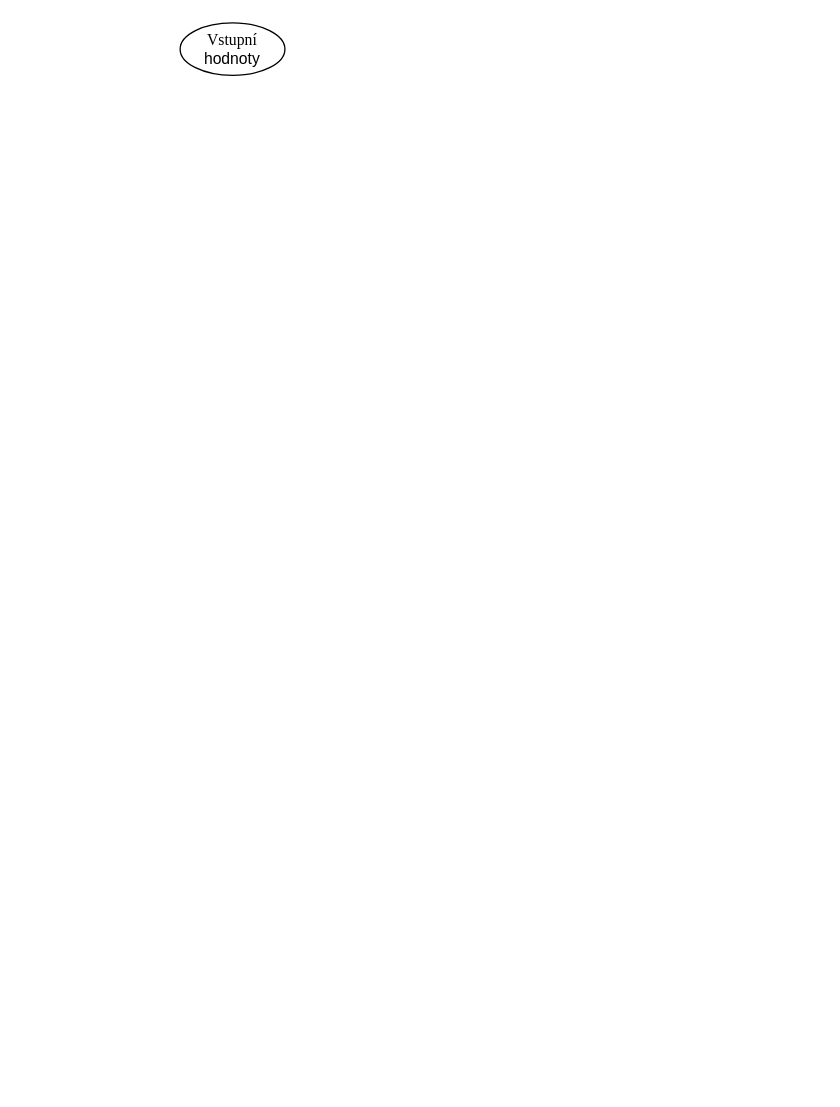
jurkovicmartin/Bakal-ka keeps this draw.io diagram as page "Transmitter" (5 of 7) of diagram.drawio. Above is the earlier version. Source tidied: cells renumbered, new cells numbered last; positions are measured from the earlier drawing's top-left corner, leaving out a move shared by most shapes. Both pictures are drawn from the tidied source at 131%, with x=0, y=0 at pixel (179, 22).
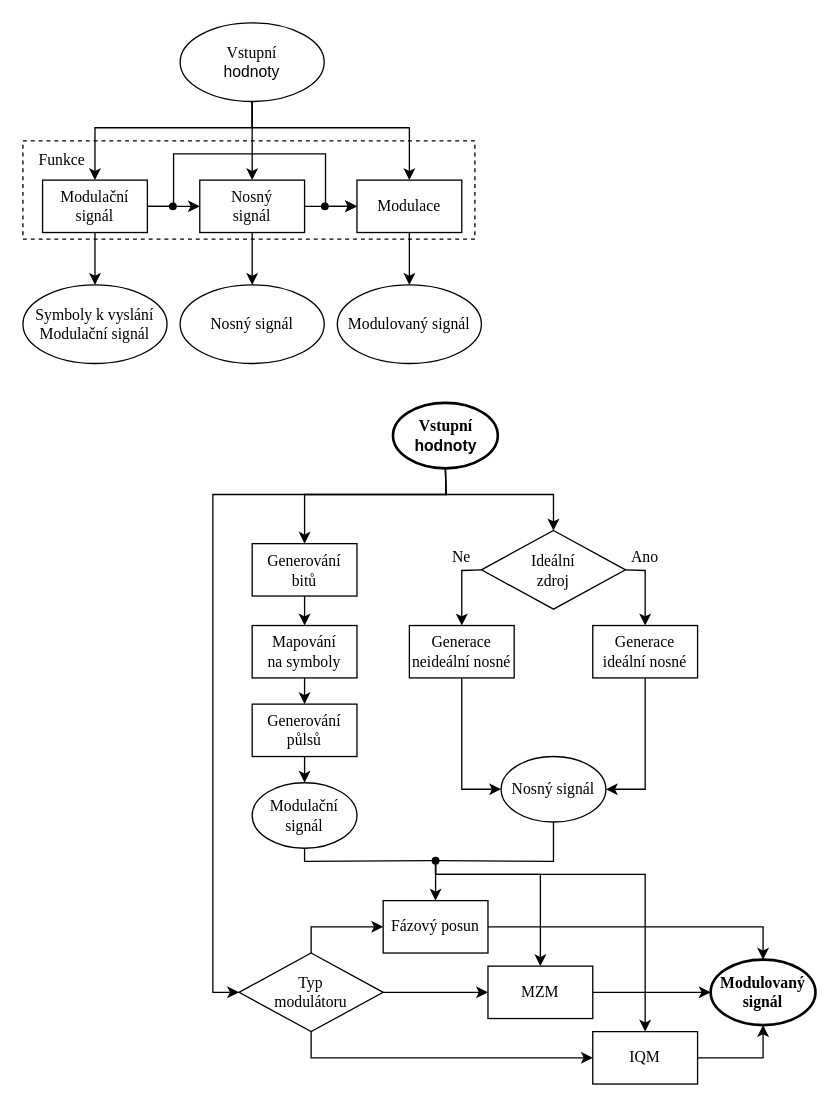
The same diagram, later.

Diff of the diagram source:
```diff
@@
+    <mxCell id="3" style="rounded=0;whiteSpace=wrap;html=1;dashed=1;align=center;" parent="1" vertex="1">
+      <mxGeometry x="-120" y="90" width="345" height="75" as="geometry" />
+    </mxCell>
     <mxCell id="2" value="&lt;font face=&quot;Times New Roman&quot;&gt;Vstupní&lt;/font&gt;&lt;div&gt;&lt;font face=&quot;ygcQDW6cfmu9R4RYqDDF&quot;&gt;hodnoty&lt;/font&gt;&lt;/div&gt;" style="ellipse;whiteSpace=wrap;html=1;" parent="1" vertex="1">
-      <mxGeometry width="80" height="40" as="geometry" />
+      <mxGeometry width="110" height="60" as="geometry" />
     </mxCell>
+    <mxCell id="4" value="&lt;font face=&quot;Times New Roman&quot;&gt;Modulační&lt;br&gt;signál&lt;/font&gt;" style="rounded=0;whiteSpace=wrap;html=1;" parent="1" vertex="1">
+      <mxGeometry x="-105" y="120" width="80" height="40" as="geometry" />
+    </mxCell>
+    <mxCell id="5" value="&lt;font face=&quot;Times New Roman&quot;&gt;Nosný&lt;br&gt;signál&lt;/font&gt;" style="rounded=0;whiteSpace=wrap;html=1;" parent="1" vertex="1">
+      <mxGeometry x="15" y="120" width="80" height="40" as="geometry" />
+    </mxCell>
+    <mxCell id="6" value="&lt;font face=&quot;Times New Roman&quot;&gt;Modulace&lt;/font&gt;" style="rounded=0;whiteSpace=wrap;html=1;" parent="1" vertex="1">
+      <mxGeometry x="135" y="120" width="80" height="40" as="geometry" />
+    </mxCell>
+    <mxCell id="7" value="&lt;font face=&quot;Times New Roman&quot;&gt;Symboly k vyslání&lt;/font&gt;&lt;div&gt;&lt;font face=&quot;Times New Roman&quot;&gt;Modulační signál&lt;/font&gt;&lt;/div&gt;" style="ellipse;whiteSpace=wrap;html=1;" parent="1" vertex="1">
+      <mxGeometry x="-120" y="200" width="110" height="60" as="geometry" />
+    </mxCell>
+    <mxCell id="8" value="&lt;span style=&quot;font-family: &amp;quot;Times New Roman&amp;quot;;&quot;&gt;Nosný signál&lt;/span&gt;" style="ellipse;whiteSpace=wrap;html=1;" parent="1" vertex="1">
+      <mxGeometry y="200" width="110" height="60" as="geometry" />
+    </mxCell>
+    <mxCell id="9" value="&lt;span style=&quot;font-family: &amp;quot;Times New Roman&amp;quot;;&quot;&gt;Modulovaný signál&lt;/span&gt;" style="ellipse;whiteSpace=wrap;html=1;" parent="1" vertex="1">
+      <mxGeometry x="120" y="200" width="110" height="60" as="geometry" />
+    </mxCell>
+    <mxCell id="10" value="&lt;font face=&quot;Times New Roman&quot;&gt;Funkce&lt;/font&gt;" style="text;html=1;align=center;verticalAlign=middle;whiteSpace=wrap;rounded=0;" parent="1" vertex="1">
+      <mxGeometry x="-120" y="90" width="60" height="30" as="geometry" />
+    </mxCell>
+    <mxCell id="11" style="endArrow=classic;html=1;rounded=0;exitX=0.5;exitY=1;exitDx=0;exitDy=0;entryX=0.5;entryY=0;entryDx=0;entryDy=0;" parent="1" edge="1" source="2" target="4">
+      <mxGeometry relative="1" as="geometry">
+        <Array as="points">
+          <mxPoint x="55" y="80" />
+          <mxPoint x="-65" y="80" />
+        </Array>
+      </mxGeometry>
+    </mxCell>
+    <mxCell id="12" style="endArrow=classic;html=1;rounded=0;exitX=0.5;exitY=1;exitDx=0;exitDy=0;entryX=0.5;entryY=0;entryDx=0;entryDy=0;" parent="1" edge="1" source="2" target="5">
+      <mxGeometry relative="1" as="geometry" />
+    </mxCell>
+    <mxCell id="13" style="endArrow=classic;html=1;rounded=0;exitX=0.5;exitY=1;exitDx=0;exitDy=0;entryX=0.5;entryY=0;entryDx=0;entryDy=0;" parent="1" edge="1" source="2" target="6">
+      <mxGeometry relative="1" as="geometry">
+        <Array as="points">
+          <mxPoint x="55" y="80" />
+          <mxPoint x="175" y="80" />
+        </Array>
+      </mxGeometry>
+    </mxCell>
+    <mxCell id="14" style="endArrow=classic;html=1;rounded=0;exitX=0.5;exitY=1;exitDx=0;exitDy=0;entryX=0.5;entryY=0;entryDx=0;entryDy=0;" parent="1" edge="1" source="4" target="7">
+      <mxGeometry relative="1" as="geometry" />
+    </mxCell>
+    <mxCell id="15" style="endArrow=classic;html=1;rounded=0;exitX=0.5;exitY=1;exitDx=0;exitDy=0;entryX=0.5;entryY=0;entryDx=0;entryDy=0;" parent="1" edge="1" source="5" target="8">
+      <mxGeometry relative="1" as="geometry" />
+    </mxCell>
+    <mxCell id="16" style="endArrow=classic;html=1;rounded=0;exitX=0.5;exitY=1;exitDx=0;exitDy=0;entryX=0.5;entryY=0;entryDx=0;entryDy=0;" parent="1" edge="1" source="6" target="9">
+      <mxGeometry relative="1" as="geometry" />
+    </mxCell>
+    <mxCell id="17" style="ellipse;whiteSpace=wrap;html=1;" parent="1" vertex="1">
+      <mxGeometry x="345" y="300" as="geometry" />
+    </mxCell>
+    <mxCell id="18" style="ellipse;whiteSpace=wrap;html=1;fillColor=#000000;" parent="1" vertex="1">
+      <mxGeometry x="-8" y="137.5" width="5" height="5" as="geometry" />
+    </mxCell>
+    <mxCell id="19" style="endArrow=classic;html=1;rounded=0;exitX=1;exitY=0.5;exitDx=0;exitDy=0;entryX=0;entryY=0.5;entryDx=0;entryDy=0;" parent="1" edge="1" source="4" target="5">
+      <mxGeometry relative="1" as="geometry" />
+    </mxCell>
+    <mxCell id="20" style="ellipse;whiteSpace=wrap;html=1;fillColor=#000000;" parent="1" vertex="1">
+      <mxGeometry x="108" y="137.5" width="5" height="5" as="geometry" />
+    </mxCell>
+    <mxCell id="21" style="endArrow=classic;html=1;rounded=0;exitX=1;exitY=0.5;exitDx=0;exitDy=0;entryX=0;entryY=0.5;entryDx=0;entryDy=0;" parent="1" edge="1" source="5" target="6">
+      <mxGeometry relative="1" as="geometry" />
+    </mxCell>
+    <mxCell id="22" style="endArrow=classic;html=1;rounded=0;exitX=1;exitY=0.5;exitDx=0;exitDy=0;entryX=0;entryY=0.5;entryDx=0;entryDy=0;" parent="1" edge="1" source="4" target="6">
+      <mxGeometry relative="1" as="geometry">
+        <Array as="points">
+          <mxPoint x="-5" y="140" />
+          <mxPoint x="-5" y="100" />
+          <mxPoint x="111" y="100" />
+          <mxPoint x="111" y="140" />
+        </Array>
+      </mxGeometry>
+    </mxCell>
+    <mxCell id="23" value="&lt;font face=&quot;Times New Roman&quot;&gt;&lt;b&gt;Vstupní&lt;/b&gt;&lt;/font&gt;&lt;div&gt;&lt;font face=&quot;ygcQDW6cfmu9R4RYqDDF&quot;&gt;&lt;b&gt;hodnoty&lt;/b&gt;&lt;/font&gt;&lt;/div&gt;" style="ellipse;whiteSpace=wrap;html=1;strokeWidth=2;" parent="1" vertex="1">
+      <mxGeometry x="162.5" y="290" width="80" height="50" as="geometry" />
+    </mxCell>
+    <mxCell id="24" value="&lt;font face=&quot;Times New Roman&quot;&gt;Generování&lt;br&gt;bitů&lt;/font&gt;" style="rounded=0;whiteSpace=wrap;html=1;" parent="1" vertex="1">
+      <mxGeometry x="55" y="397.5" width="80" height="40" as="geometry" />
+    </mxCell>
+    <mxCell id="25" value="&lt;font face=&quot;Times New Roman&quot;&gt;Mapování&lt;br&gt;na symboly&lt;/font&gt;" style="rounded=0;whiteSpace=wrap;html=1;" parent="1" vertex="1">
+      <mxGeometry x="55" y="460" width="80" height="40" as="geometry" />
+    </mxCell>
+    <mxCell id="26" value="&lt;font face=&quot;Times New Roman&quot;&gt;Generování půlsů&lt;/font&gt;" style="rounded=0;whiteSpace=wrap;html=1;" parent="1" vertex="1">
+      <mxGeometry x="55" y="520" width="80" height="40" as="geometry" />
+    </mxCell>
+    <mxCell id="27" style="endArrow=classic;html=1;rounded=0;exitX=0.5;exitY=1;exitDx=0;exitDy=0;entryX=0.5;entryY=0;entryDx=0;entryDy=0;" parent="1" edge="1" source="23" target="24">
+      <mxGeometry relative="1" as="geometry">
+        <Array as="points">
+          <mxPoint x="203" y="360" />
+          <mxPoint x="95" y="360" />
+        </Array>
+      </mxGeometry>
+    </mxCell>
+    <mxCell id="28" style="endArrow=classic;html=1;rounded=0;exitX=0.5;exitY=1;exitDx=0;exitDy=0;entryX=0.5;entryY=0;entryDx=0;entryDy=0;" parent="1" edge="1" source="24" target="25">
+      <mxGeometry relative="1" as="geometry" />
+    </mxCell>
+    <mxCell id="29" style="endArrow=classic;html=1;rounded=0;exitX=0.5;exitY=1;exitDx=0;exitDy=0;entryX=0.5;entryY=0;entryDx=0;entryDy=0;" parent="1" edge="1" source="25" target="26">
+      <mxGeometry relative="1" as="geometry" />
+    </mxCell>
+    <mxCell id="30" value="&lt;font face=&quot;Times New Roman&quot;&gt;Modulační&lt;br&gt;signál&lt;/font&gt;" style="ellipse;whiteSpace=wrap;html=1;" parent="1" vertex="1">
+      <mxGeometry x="55" y="580" width="80" height="50" as="geometry" />
+    </mxCell>
+    <mxCell id="31" style="endArrow=classic;html=1;rounded=0;exitX=0.5;exitY=1;exitDx=0;exitDy=0;entryX=0.5;entryY=0;entryDx=0;entryDy=0;" parent="1" edge="1" source="26" target="30">
+      <mxGeometry relative="1" as="geometry" />
+    </mxCell>
+    <mxCell id="32" value="&lt;font face=&quot;Times New Roman&quot;&gt;Ideální&lt;/font&gt;&lt;div&gt;&lt;font face=&quot;Times New Roman&quot;&gt;zdroj&lt;/font&gt;&lt;/div&gt;" style="rhombus;whiteSpace=wrap;html=1;" parent="1" vertex="1">
+      <mxGeometry x="230" y="387.5" width="110" height="60" as="geometry" />
+    </mxCell>
+    <mxCell id="33" style="endArrow=classic;html=1;rounded=0;exitX=0.5;exitY=1;exitDx=0;exitDy=0;entryX=0.5;entryY=0;entryDx=0;entryDy=0;" parent="1" edge="1" source="23" target="32">
+      <mxGeometry relative="1" as="geometry">
+        <Array as="points">
+          <mxPoint x="203" y="360" />
+          <mxPoint x="285" y="360" />
+        </Array>
+      </mxGeometry>
+    </mxCell>
+    <mxCell id="34" value="&lt;font face=&quot;Times New Roman&quot;&gt;Generace neideální nosné&lt;/font&gt;" style="rounded=0;whiteSpace=wrap;html=1;" parent="1" vertex="1">
+      <mxGeometry x="175" y="460" width="80" height="40" as="geometry" />
+    </mxCell>
+    <mxCell id="35" value="&lt;font face=&quot;Times New Roman&quot;&gt;Generace ideální nosné&lt;/font&gt;" style="rounded=0;whiteSpace=wrap;html=1;" parent="1" vertex="1">
+      <mxGeometry x="315" y="460" width="80" height="40" as="geometry" />
+    </mxCell>
+    <mxCell id="36" style="endArrow=classic;html=1;rounded=0;exitX=0;exitY=0.5;exitDx=0;exitDy=0;entryX=0.5;entryY=0;entryDx=0;entryDy=0;" parent="1" edge="1" source="32" target="34">
+      <mxGeometry relative="1" as="geometry">
+        <Array as="points">
+          <mxPoint x="215" y="418" />
+        </Array>
+      </mxGeometry>
+    </mxCell>
+    <mxCell id="37" style="endArrow=classic;html=1;rounded=0;exitX=1;exitY=0.5;exitDx=0;exitDy=0;entryX=0.5;entryY=0;entryDx=0;entryDy=0;" parent="1" edge="1" source="32" target="35">
+      <mxGeometry relative="1" as="geometry">
+        <Array as="points">
+          <mxPoint x="355" y="418" />
+        </Array>
+      </mxGeometry>
+    </mxCell>
+    <mxCell id="38" value="&lt;font face=&quot;Times New Roman&quot;&gt;Nosný signál&lt;/font&gt;" style="ellipse;whiteSpace=wrap;html=1;" parent="1" vertex="1">
+      <mxGeometry x="245" y="560" width="80" height="50" as="geometry" />
+    </mxCell>
+    <mxCell id="39" style="endArrow=classic;html=1;rounded=0;exitX=0.5;exitY=1;exitDx=0;exitDy=0;entryX=0;entryY=0.5;entryDx=0;entryDy=0;" parent="1" edge="1" source="34" target="38">
+      <mxGeometry relative="1" as="geometry">
+        <Array as="points">
+          <mxPoint x="215" y="530" />
+          <mxPoint x="215" y="585" />
+        </Array>
+      </mxGeometry>
+    </mxCell>
+    <mxCell id="40" value="&lt;font face=&quot;Times New Roman&quot;&gt;Typ&lt;br&gt;modulátoru&lt;/font&gt;" style="rhombus;whiteSpace=wrap;html=1;" parent="1" vertex="1">
+      <mxGeometry x="45" y="710" width="110" height="60" as="geometry" />
+    </mxCell>
+    <mxCell id="41" value="&lt;font face=&quot;Times New Roman&quot;&gt;Fázový posun&lt;/font&gt;" style="rounded=0;whiteSpace=wrap;html=1;" parent="1" vertex="1">
+      <mxGeometry x="155" y="670" width="80" height="40" as="geometry" />
+    </mxCell>
+    <mxCell id="42" value="&lt;font face=&quot;Times New Roman&quot;&gt;MZM&lt;/font&gt;" style="rounded=0;whiteSpace=wrap;html=1;" parent="1" vertex="1">
+      <mxGeometry x="235" y="720" width="80" height="40" as="geometry" />
+    </mxCell>
+    <mxCell id="43" value="&lt;font face=&quot;Times New Roman&quot;&gt;IQM&lt;/font&gt;" style="rounded=0;whiteSpace=wrap;html=1;" parent="1" vertex="1">
+      <mxGeometry x="315" y="770" width="80" height="40" as="geometry" />
+    </mxCell>
+    <mxCell id="44" style="endArrow=classic;html=1;rounded=0;exitX=1;exitY=0.5;exitDx=0;exitDy=0;entryX=0;entryY=0.5;entryDx=0;entryDy=0;" parent="1" edge="1" source="40" target="42">
+      <mxGeometry relative="1" as="geometry" />
+    </mxCell>
+    <mxCell id="45" style="endArrow=classic;html=1;rounded=0;exitX=0.5;exitY=0;exitDx=0;exitDy=0;entryX=0;entryY=0.5;entryDx=0;entryDy=0;" parent="1" edge="1" source="40" target="41">
+      <mxGeometry relative="1" as="geometry">
+        <Array as="points">
+          <mxPoint x="100" y="690" />
+        </Array>
+      </mxGeometry>
+    </mxCell>
+    <mxCell id="46" style="endArrow=classic;html=1;rounded=0;exitX=0.5;exitY=1;exitDx=0;exitDy=0;entryX=0;entryY=0.5;entryDx=0;entryDy=0;" parent="1" edge="1" source="40" target="43">
+      <mxGeometry relative="1" as="geometry">
+        <Array as="points">
+          <mxPoint x="100" y="790" />
+        </Array>
+      </mxGeometry>
+    </mxCell>
+    <mxCell id="47" style="endArrow=classic;html=1;rounded=0;exitX=0.5;exitY=1;exitDx=0;exitDy=0;entryX=0;entryY=0.5;entryDx=0;entryDy=0;" parent="1" edge="1" source="23" target="40">
+      <mxGeometry relative="1" as="geometry">
+        <Array as="points">
+          <mxPoint x="203" y="360" />
+          <mxPoint x="25" y="360" />
+          <mxPoint x="25" y="740" />
+        </Array>
+      </mxGeometry>
+    </mxCell>
+    <mxCell id="48" style="ellipse;whiteSpace=wrap;html=1;fillColor=#000000;" parent="1" vertex="1">
+      <mxGeometry x="192.5" y="637" width="5" height="5" as="geometry" />
+    </mxCell>
+    <mxCell id="49" style="endArrow=none;html=1;rounded=0;exitX=0.5;exitY=1;exitDx=0;exitDy=0;entryX=0;entryY=0.5;entryDx=0;entryDy=0;" parent="1" edge="1" source="30" target="48">
+      <mxGeometry relative="1" as="geometry">
+        <Array as="points">
+          <mxPoint x="95" y="640" />
+        </Array>
+      </mxGeometry>
+    </mxCell>
+    <mxCell id="50" style="endArrow=none;html=1;rounded=0;entryX=0.5;entryY=1;entryDx=0;entryDy=0;exitX=1;exitY=0.5;exitDx=0;exitDy=0;" parent="1" edge="1" source="48" target="38">
+      <mxGeometry relative="1" as="geometry">
+        <Array as="points">
+          <mxPoint x="285" y="640" />
+        </Array>
+      </mxGeometry>
+    </mxCell>
+    <mxCell id="51" style="endArrow=classic;html=1;rounded=0;exitX=0.5;exitY=1;exitDx=0;exitDy=0;entryX=0.5;entryY=0;entryDx=0;entryDy=0;" parent="1" edge="1" source="48" target="41">
+      <mxGeometry relative="1" as="geometry" />
+    </mxCell>
+    <mxCell id="52" style="endArrow=classic;html=1;rounded=0;exitX=0.5;exitY=1;exitDx=0;exitDy=0;entryX=0.5;entryY=0;entryDx=0;entryDy=0;" parent="1" edge="1" source="48" target="42">
+      <mxGeometry relative="1" as="geometry">
+        <Array as="points">
+          <mxPoint x="195" y="650" />
+          <mxPoint x="275" y="650" />
+        </Array>
+      </mxGeometry>
+    </mxCell>
+    <mxCell id="53" style="endArrow=classic;html=1;rounded=0;exitX=0.5;exitY=1;exitDx=0;exitDy=0;entryX=0.5;entryY=0;entryDx=0;entryDy=0;" parent="1" edge="1" source="48" target="43">
+      <mxGeometry relative="1" as="geometry">
+        <Array as="points">
+          <mxPoint x="195" y="650" />
+          <mxPoint x="355" y="650" />
+        </Array>
+      </mxGeometry>
+    </mxCell>
+    <mxCell id="54" value="&lt;font face=&quot;Times New Roman&quot;&gt;&lt;b&gt;Modulovaný&lt;br&gt;signál&lt;/b&gt;&lt;/font&gt;" style="ellipse;whiteSpace=wrap;html=1;strokeWidth=2;" parent="1" vertex="1">
+      <mxGeometry x="405" y="715" width="80" height="50" as="geometry" />
+    </mxCell>
+    <mxCell id="55" style="endArrow=classic;html=1;rounded=0;exitX=1;exitY=0.5;exitDx=0;exitDy=0;entryX=0.5;entryY=0;entryDx=0;entryDy=0;" parent="1" edge="1" source="41" target="54">
+      <mxGeometry relative="1" as="geometry">
+        <Array as="points">
+          <mxPoint x="405" y="690" />
+          <mxPoint x="445" y="690" />
+        </Array>
+      </mxGeometry>
+    </mxCell>
+    <mxCell id="56" style="endArrow=classic;html=1;rounded=0;exitX=1;exitY=0.5;exitDx=0;exitDy=0;entryX=0;entryY=0.5;entryDx=0;entryDy=0;" parent="1" edge="1" source="42" target="54">
+      <mxGeometry relative="1" as="geometry" />
+    </mxCell>
+    <mxCell id="57" style="endArrow=classic;html=1;rounded=0;exitX=1;exitY=0.5;exitDx=0;exitDy=0;entryX=0.5;entryY=1;entryDx=0;entryDy=0;" parent="1" edge="1" source="43" target="54">
+      <mxGeometry relative="1" as="geometry">
+        <Array as="points">
+          <mxPoint x="405" y="790" />
+          <mxPoint x="445" y="790" />
+        </Array>
+      </mxGeometry>
+    </mxCell>
+    <mxCell id="58" style="endArrow=classic;html=1;rounded=0;exitX=0.5;exitY=1;exitDx=0;exitDy=0;entryX=1;entryY=0.5;entryDx=0;entryDy=0;" parent="1" edge="1" source="35" target="38">
+      <mxGeometry relative="1" as="geometry">
+        <Array as="points">
+          <mxPoint x="355" y="585" />
+        </Array>
+      </mxGeometry>
+    </mxCell>
+    <mxCell id="59" value="&lt;font face=&quot;Times New Roman&quot;&gt;Ano&lt;/font&gt;" style="text;html=1;align=center;verticalAlign=middle;whiteSpace=wrap;rounded=0;" parent="1" vertex="1">
+      <mxGeometry x="335" y="397.5" width="40" height="20" as="geometry" />
+    </mxCell>
+    <mxCell id="60" value="&lt;font face=&quot;Times New Roman&quot;&gt;Ne&lt;/font&gt;" style="text;html=1;align=center;verticalAlign=middle;whiteSpace=wrap;rounded=0;" parent="1" vertex="1">
+      <mxGeometry x="195" y="397.5" width="40" height="20" as="geometry" />
+    </mxCell>
```
